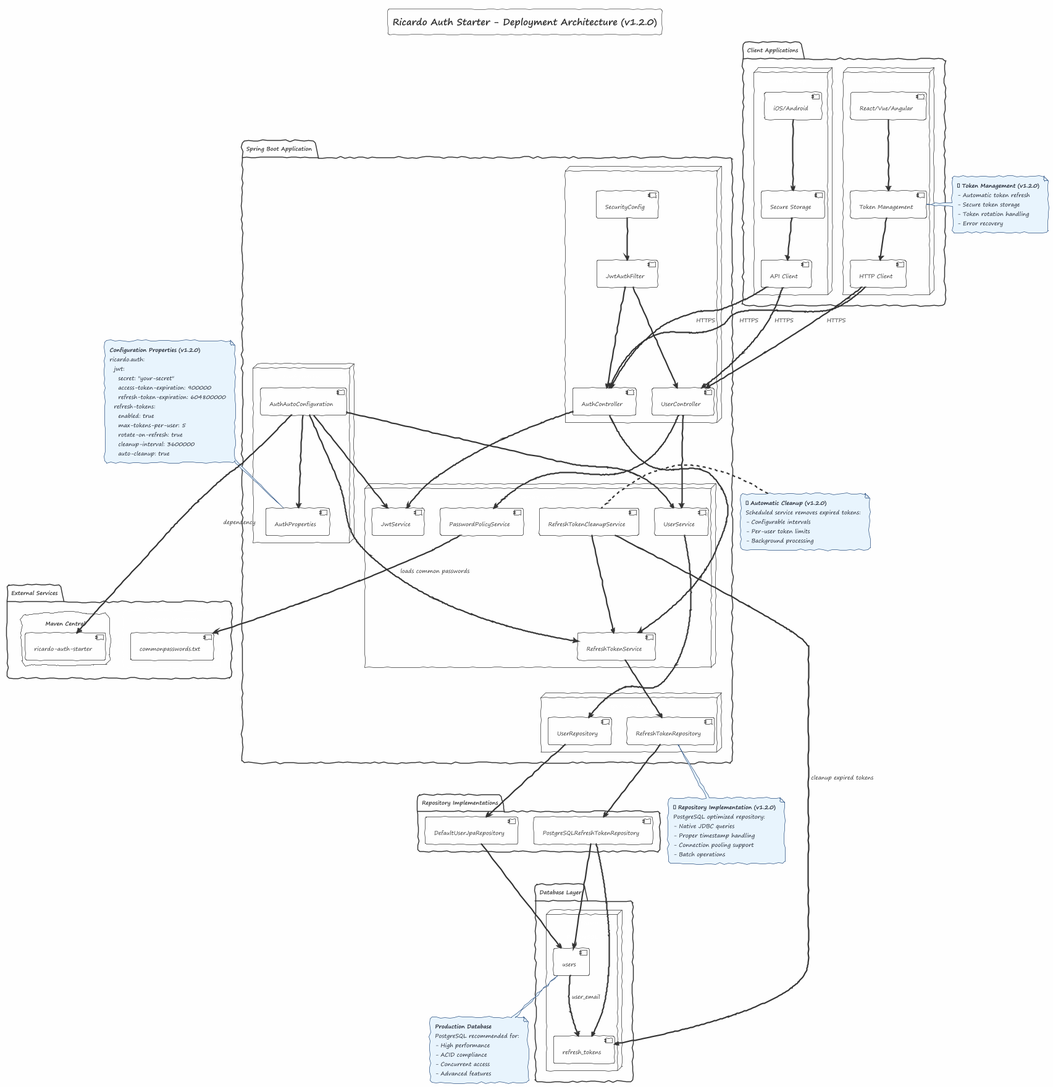
Above: docs/class-diagram/partial/deployment/deployment-architecture.png in RicardoMorim/Auth-Provider (PlantUML), before the change. Source of this version:
```plantuml
@startuml Auth Starter - Deployment Architecture

!theme sketchy-outline
skinparam backgroundColor #FEFEFE
skinparam classBackgroundColor #F8F9FA
skinparam classBorderColor #6C757D
skinparam noteBackgroundColor #E8F4FD
skinparam noteBorderColor #2C5282
skinparam noteFontColor #1A202C

title Ricardo Auth Starter - Deployment Architecture (v1.2.0)

package "Client Applications" {
    node "Web Frontend" {
        component "React/Vue/Angular" as WebApp
        component "Token Management" as TokenMgmt
        component "HTTP Client" as HttpClient

        WebApp --> TokenMgmt
        TokenMgmt --> HttpClient
    }

    node "Mobile App" {
        component "iOS/Android" as MobileApp
        component "Secure Storage" as SecureStorage
        component "API Client" as APIClient

        MobileApp --> SecureStorage
        SecureStorage --> APIClient
    }
}

package "Spring Boot Application" {
    node "Web Layer" {
        component "AuthController" as AuthCtrl
        component "UserController" as UserCtrl
        component "JwtAuthFilter" as JwtFilter
        component "SecurityConfig" as SecConfig

        JwtFilter --> AuthCtrl
        JwtFilter --> UserCtrl
        SecConfig --> JwtFilter
    }

    node "Service Layer" {
        component "JwtService" as JwtSvc
        component "RefreshTokenService" as RefreshSvc
        component "UserService" as UserSvc
        component "PasswordPolicyService" as PasswordSvc
        component "RefreshTokenCleanupService" as CleanupSvc

        AuthCtrl --> JwtSvc
        AuthCtrl --> RefreshSvc
        UserCtrl --> UserSvc
        UserCtrl --> PasswordSvc
        CleanupSvc --> RefreshSvc
    }

    node "Repository Layer" {
        component "UserRepository" as UserRepo
        component "RefreshTokenRepository" as RefreshRepo

        UserSvc --> UserRepo
        RefreshSvc --> RefreshRepo
    }

    node "Configuration" {
        component "AuthAutoConfiguration" as AutoConfig
        component "AuthProperties" as Properties

        AutoConfig --> Properties
        AutoConfig --> JwtSvc
        AutoConfig --> RefreshSvc
        AutoConfig --> UserSvc
    }
}

package "Database Layer" {
    node "PostgreSQL" <<database>> {
        component "users" as Users
        component "refresh_tokens" as RefreshTokens

        Users --> RefreshTokens : user_email
    }
}

package "Repository Implementations" {
    component "PostgreSQLRefreshTokenRepository" as PostgresRepo
    component "DefaultUserJpaRepository" as DefaultUserRepo

    PostgresRepo --> Users
    PostgresRepo --> RefreshTokens
    DefaultUserRepo --> Users
}

package "External Services" {
    cloud "Maven Central" {
        component "ricardo-auth-starter" as Starter
    }

    file "Common Passwords" {
        component "commonpasswords.txt" as PasswordsFile
    }
}

HttpClient --> AuthCtrl : HTTPS
APIClient --> AuthCtrl : HTTPS
HttpClient --> UserCtrl : HTTPS
APIClient --> UserCtrl : HTTPS

RefreshRepo --> PostgresRepo
UserRepo --> DefaultUserRepo

PasswordSvc --> PasswordsFile : loads common passwords
AutoConfig --> Starter : dependency

CleanupSvc --> RefreshTokens : cleanup expired tokens

note right of TokenMgmt #E8F4FD
  **🆕 Token Management (v1.2.0)**
  - Automatic token refresh
  - Secure token storage
  - Token rotation handling
  - Error recovery
end note

note bottom of RefreshRepo #E8F4FD
  **🆕 Repository Implementation (v1.2.0)**
  PostgreSQL optimized repository:
  - Native JDBC queries
  - Proper timestamp handling
  - Connection pooling support
  - Batch operations
end note

note left of CleanupSvc #E8F4FD
  **🆕 Automatic Cleanup (v1.2.0)**
  Scheduled service removes expired tokens:
  - Configurable intervals
  - Per-user token limits
  - Background processing
end note

note top of Properties #E8F4FD
  **Configuration Properties (v1.2.0)**
  ricardo.auth:
    jwt:
      secret: "your-secret"
      access-token-expiration: 900000
      refresh-token-expiration: 604800000
    refresh-tokens:
      enabled: true
      max-tokens-per-user: 5
      rotate-on-refresh: true
      cleanup-interval: 3600000
      auto-cleanup: true
end note

note bottom of Users #E8F4FD
  **Production Database**
  PostgreSQL recommended for:
  - High performance
  - ACID compliance
  - Concurrent access
  - Advanced features
end note

@enduml
```
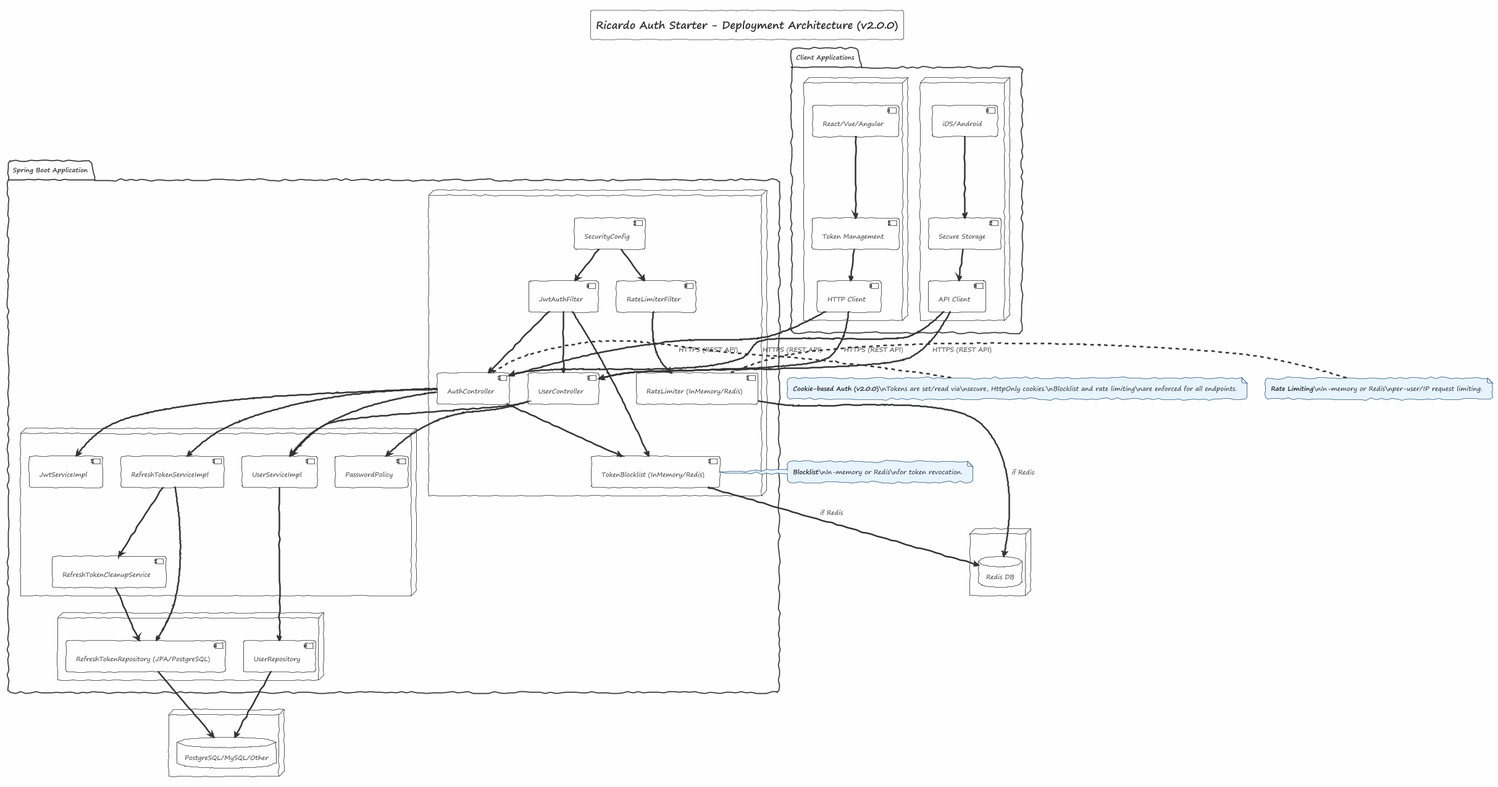
After the change.

The edit, as a diff of the source:
```diff
@@ -8,7 +8,7 @@
 skinparam noteBorderColor #2C5282
 skinparam noteFontColor #1A202C
 
-title Ricardo Auth Starter - Deployment Architecture (v1.2.0)
+title Ricardo Auth Starter - Deployment Architecture (v2.0.0)
 
 package "Client Applications" {
     node "Web Frontend" {
@@ -28,6 +28,8 @@
         MobileApp --> SecureStorage
         SecureStorage --> APIClient
     }
+
+
 }
 
 package "Spring Boot Application" {
@@ -39,130 +41,67 @@
 
         JwtFilter --> AuthCtrl
         JwtFilter --> UserCtrl
+
+        component "RateLimiterFilter" as RateLimiterF
+        component "TokenBlocklist (InMemory/Redis)" as Blocklist
+        component "RateLimiter (InMemory/Redis)" as RateLimiter
+
         SecConfig --> JwtFilter
+        SecConfig --> RateLimiterF
+        AuthCtrl --> Blocklist
+        JwtFilter --> Blocklist
+        RateLimiterF --> RateLimiter
     }
 
     node "Service Layer" {
-        component "JwtService" as JwtSvc
-        component "RefreshTokenService" as RefreshSvc
-        component "UserService" as UserSvc
-        component "PasswordPolicyService" as PasswordSvc
-        component "RefreshTokenCleanupService" as CleanupSvc
+        component "JwtServiceImpl" as JwtSvc
+        component "RefreshTokenServiceImpl" as RefreshSvc
+        component "UserServiceImpl" as UserSvc
+        component "PasswordPolicy" as PassPol
+        component "RefreshTokenCleanupService" as RefreshCleanup
 
         AuthCtrl --> JwtSvc
         AuthCtrl --> RefreshSvc
+        AuthCtrl --> UserSvc
         UserCtrl --> UserSvc
-        UserCtrl --> PasswordSvc
-        CleanupSvc --> RefreshSvc
+        UserCtrl --> PassPol
+        RefreshSvc --> RefreshCleanup
     }
 
     node "Repository Layer" {
         component "UserRepository" as UserRepo
-        component "RefreshTokenRepository" as RefreshRepo
-
+        component "RefreshTokenRepository (JPA/PostgreSQL)" as RefreshRepo
         UserSvc --> UserRepo
         RefreshSvc --> RefreshRepo
-    }
-
-    node "Configuration" {
-        component "AuthAutoConfiguration" as AutoConfig
-        component "AuthProperties" as Properties
-
-        AutoConfig --> Properties
-        AutoConfig --> JwtSvc
-        AutoConfig --> RefreshSvc
-        AutoConfig --> UserSvc
+        RefreshCleanup --> RefreshRepo
     }
 }
-
-package "Database Layer" {
-    node "PostgreSQL" <<database>> {
-        component "users" as Users
-        component "refresh_tokens" as RefreshTokens
-
-        Users --> RefreshTokens : user_email
-    }
+    HttpClient --> AuthCtrl : HTTPS (REST API)
+    HttpClient --> UserCtrl : HTTPS (REST API)
+    APIClient --> AuthCtrl : HTTPS (REST API)
+    APIClient --> UserCtrl : HTTPS (REST API)
+node "Redis" {
+    database "Redis DB" as RedisDB
+    Blocklist --> RedisDB : if Redis
+    RateLimiter --> RedisDB : if Redis
 }
 
-package "Repository Implementations" {
-    component "PostgreSQLRefreshTokenRepository" as PostgresRepo
-    component "DefaultUserJpaRepository" as DefaultUserRepo
-
-    PostgresRepo --> Users
-    PostgresRepo --> RefreshTokens
-    DefaultUserRepo --> Users
+node "Database" {
+    database "PostgreSQL/MySQL/Other" as SQLDB
+    UserRepo --> SQLDB
+    RefreshRepo --> SQLDB
 }
 
-package "External Services" {
-    cloud "Maven Central" {
-        component "ricardo-auth-starter" as Starter
-    }
-
-    file "Common Passwords" {
-        component "commonpasswords.txt" as PasswordsFile
-    }
-}
-
-HttpClient --> AuthCtrl : HTTPS
-APIClient --> AuthCtrl : HTTPS
-HttpClient --> UserCtrl : HTTPS
-APIClient --> UserCtrl : HTTPS
-
-RefreshRepo --> PostgresRepo
-UserRepo --> DefaultUserRepo
-
-PasswordSvc --> PasswordsFile : loads common passwords
-AutoConfig --> Starter : dependency
-
-CleanupSvc --> RefreshTokens : cleanup expired tokens
-
-note right of TokenMgmt #E8F4FD
-  **🆕 Token Management (v1.2.0)**
-  - Automatic token refresh
-  - Secure token storage
-  - Token rotation handling
-  - Error recovery
+note right of AuthCtrl #E8F4FD
+  **Cookie-based Auth (v2.0.0)**\nTokens are set/read via\nsecure, HttpOnly cookies.\nBlocklist and rate limiting\nare enforced for all endpoints.
 end note
 
-note bottom of RefreshRepo #E8F4FD
-  **🆕 Repository Implementation (v1.2.0)**
-  PostgreSQL optimized repository:
-  - Native JDBC queries
-  - Proper timestamp handling
-  - Connection pooling support
-  - Batch operations
+note right of Blocklist #E8F4FD
+  **Blocklist**\nIn-memory or Redis\nfor token revocation.
 end note
 
-note left of CleanupSvc #E8F4FD
-  **🆕 Automatic Cleanup (v1.2.0)**
-  Scheduled service removes expired tokens:
-  - Configurable intervals
-  - Per-user token limits
-  - Background processing
-end note
-
-note top of Properties #E8F4FD
-  **Configuration Properties (v1.2.0)**
-  ricardo.auth:
-    jwt:
-      secret: "your-secret"
-      access-token-expiration: 900000
-      refresh-token-expiration: 604800000
-    refresh-tokens:
-      enabled: true
-      max-tokens-per-user: 5
-      rotate-on-refresh: true
-      cleanup-interval: 3600000
-      auto-cleanup: true
-end note
-
-note bottom of Users #E8F4FD
-  **Production Database**
-  PostgreSQL recommended for:
-  - High performance
-  - ACID compliance
-  - Concurrent access
-  - Advanced features
+note right of RateLimiter #E8F4FD
+  **Rate Limiting**\nIn-memory or Redis\nper-user/IP request limiting.
 end note
 
 @enduml
```
